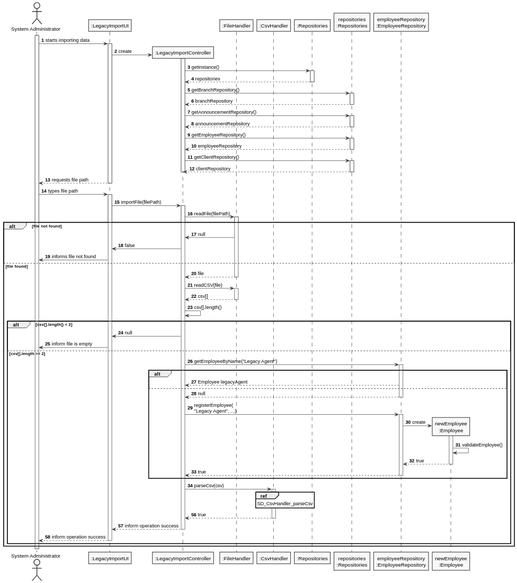
Before: docs/sprintD/US012/03.design/svg/us012-sequence-diagram.svg, a diagram exported from PlantUML (tiagohcorreia/LAPR2). The source it was exported from:
```plantuml
@startuml

skinparam monochrome true
skinparam shadowing false
autonumber

actor "System Administrator" as sa
participant ":LegacyImportUI" as ui
participant ":LegacyImportController" as ctrl
participant ":FileHandler" as fh
participant ":CsvHandler" as ch

participant ":Repositories" as repos
participant "repositories\n:Repositories" as repositories
participant "employeeRepository\n:EmployeeRepository" as EmpR
participant "newEmployee\n:Employee" as Emp

activate sa
sa -> ui: starts importing data
activate ui
ui -> ctrl**: create
activate ctrl
ctrl -> repos: getInstance()
activate repos
return repositories

ctrl -> repositories: getBranchRepository()
activate repositories
return branchRepository

ctrl -> repositories: getAnnouncementRepository()
activate repositories
return announcementRepository

ctrl -> repositories: getEmployeeRepository()
activate repositories
return employeeRepository


ctrl -> repositories: getClientRepository()
activate repositories
return clientRepository
deactivate ctrl

return requests file path

sa -> ui: types file path
activate ui

ui -> ctrl: importFile(filePath)
activate ctrl
ctrl -> fh: readFile(filePath)
activate fh
alt file not found
fh -> ctrl: null
ctrl -> ui: false
ui -> sa: informs file not found
else file found
    return file
ctrl -> fh: readCSV(file)
activate fh
return csv[]

ctrl -> ctrl: csv[].length()
alt csv[].length() < 2
ctrl -> ui: null
ui -> sa: inform file is empty
else csv[].length >= 2

ctrl -> EmpR: getEmployeeByName("Legacy Agent")
activate EmpR
alt
    EmpR --> ctrl: Employee legacyAgent
else
    return null
    ctrl -> EmpR: registerEmployee(\n"Legacy Agent", ...)
    activate EmpR
    EmpR -> Emp**: create
    activate Emp
    Emp -> Emp: validateEmployee()
    return true
    return true
end


ctrl -> ch: parseCsv(csv)
activate ch
ref over ch: SD_CsvHandler_parseCsv
autonumber 56
return true
return inform operation success
return inform operation success
end
end




deactivate sa

@enduml
```
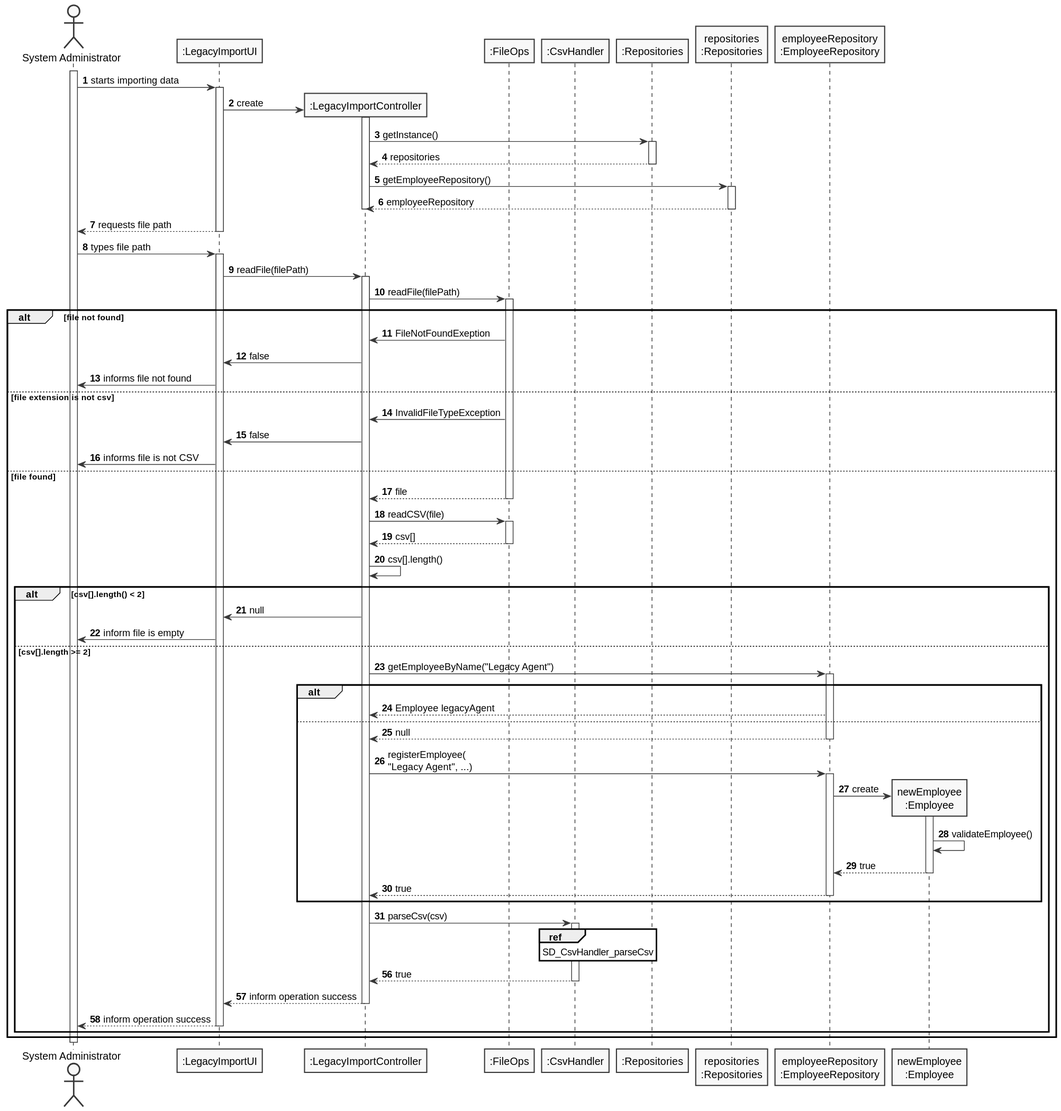
The same file after the commit.

What changed in the source:
```diff
@@ -7,7 +7,7 @@
 actor "System Administrator" as sa
 participant ":LegacyImportUI" as ui
 participant ":LegacyImportController" as ctrl
-participant ":FileHandler" as fh
+participant ":FileOps" as fo
 participant ":CsvHandler" as ch
 
 participant ":Repositories" as repos
@@ -24,22 +24,13 @@
 activate repos
 return repositories
 
-ctrl -> repositories: getBranchRepository()
-activate repositories
-return branchRepository
 
-ctrl -> repositories: getAnnouncementRepository()
-activate repositories
-return announcementRepository
 
 ctrl -> repositories: getEmployeeRepository()
 activate repositories
 return employeeRepository
 
 
-ctrl -> repositories: getClientRepository()
-activate repositories
-return clientRepository
 deactivate ctrl
 
 return requests file path
@@ -47,18 +38,22 @@
 sa -> ui: types file path
 activate ui
 
-ui -> ctrl: importFile(filePath)
+ui -> ctrl: readFile(filePath)
 activate ctrl
-ctrl -> fh: readFile(filePath)
-activate fh
+ctrl -> fo: readFile(filePath)
+activate fo
 alt file not found
-fh -> ctrl: null
+fo -> ctrl: FileNotFoundExeption
 ctrl -> ui: false
 ui -> sa: informs file not found
+else file extension is not csv
+fo -> ctrl: InvalidFileTypeException
+ctrl -> ui: false
+ui -> sa: informs file is not CSV
 else file found
     return file
-ctrl -> fh: readCSV(file)
-activate fh
+ctrl -> fo: readCSV(file)
+activate fo
 return csv[]
 
 ctrl -> ctrl: csv[].length()
```
